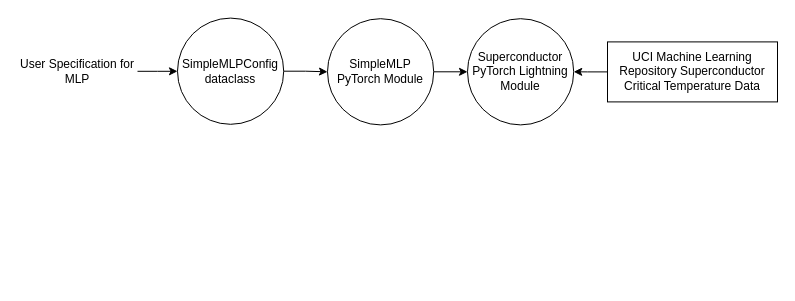
The draw.io diagram docs/model_architecture_diagram.drawio in gbenezer/Quant_Analysis, before the edit. Source tidied: cells renumbered, new cells numbered last; positions are measured from the earlier drawing's top-left corner, leaving out a move shared by most shapes. Both pictures are drawn from the tidied source at 100%, with x=0, y=0 at pixel (17, 17).
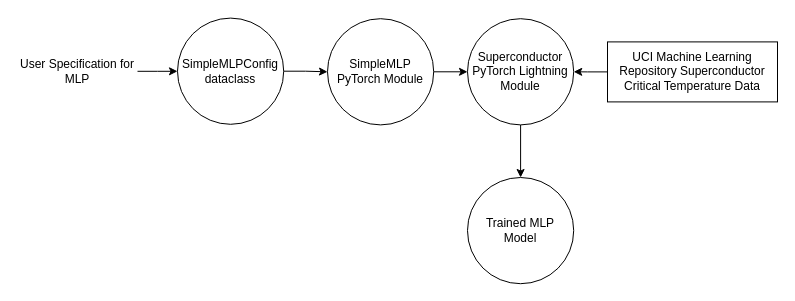
After the change.

Diff of the diagram source:
```diff
@@
 <mxGraphModel>
   <root>
     <mxCell id="0" />
     <mxCell id="1" parent="0" />
     <mxCell id="2" style="edgeStyle=orthogonalEdgeStyle;rounded=0;jettySize=auto;html=1;entryX=0;entryY=0.5;entryDx=0;entryDy=0;" parent="1" edge="1" source="3">
       <mxGeometry relative="1" as="geometry">
         <mxPoint x="160" y="53.8" as="targetPoint" />
       </mxGeometry>
     </mxCell>
     <mxCell id="3" value="&lt;div&gt;User Specification for MLP&lt;/div&gt;" style="text;html=1;whiteSpace=wrap;strokeColor=none;fillColor=none;align=center;verticalAlign=middle;rounded=0;" parent="1" vertex="1">
       <mxGeometry width="120" height="107.5" as="geometry" />
     </mxCell>
     <mxCell id="4" style="edgeStyle=orthogonalEdgeStyle;rounded=0;jettySize=auto;html=1;exitX=1;exitY=0.5;exitDx=0;exitDy=0;entryX=0;entryY=0.5;entryDx=0;entryDy=0;" parent="1" edge="1" source="5" target="7">
       <mxGeometry relative="1" as="geometry" />
     </mxCell>
     <mxCell id="5" value="SimpleMLPConfig dataclass" style="ellipse;whiteSpace=wrap;html=1;" parent="1" vertex="1">
       <mxGeometry x="160" y="0.6" width="106.2" height="106.2" as="geometry" />
     </mxCell>
     <mxCell id="6" style="edgeStyle=orthogonalEdgeStyle;rounded=0;jettySize=auto;html=1;exitX=1;exitY=0.5;exitDx=0;exitDy=0;entryX=0;entryY=0.5;entryDx=0;entryDy=0;" parent="1" edge="1" source="7" target="8">
       <mxGeometry relative="1" as="geometry" />
     </mxCell>
     <mxCell id="7" value="SimpleMLP PyTorch Module" style="ellipse;whiteSpace=wrap;html=1;" parent="1" vertex="1">
       <mxGeometry x="310" y="1.2" width="106.2" height="106.2" as="geometry" />
     </mxCell>
+    <mxCell id="11" style="edgeStyle=orthogonalEdgeStyle;rounded=0;jettySize=auto;html=1;" parent="1" edge="1" source="8" target="12">
+      <mxGeometry relative="1" as="geometry" />
+    </mxCell>
     <mxCell id="8" value="Superconductor PyTorch Lightning Module" style="ellipse;whiteSpace=wrap;html=1;" parent="1" vertex="1">
       <mxGeometry x="450" y="1.2" width="106.2" height="106.2" as="geometry" />
     </mxCell>
     <mxCell id="9" style="edgeStyle=orthogonalEdgeStyle;rounded=0;jettySize=auto;html=1;entryX=1;entryY=0.5;entryDx=0;entryDy=0;" parent="1" edge="1" source="10" target="8">
       <mxGeometry relative="1" as="geometry" />
     </mxCell>
     <mxCell id="10" value="UCI Machine Learning Repository Superconductor Critical Temperature Data" style="rounded=0;whiteSpace=wrap;html=1;" parent="1" vertex="1">
       <mxGeometry x="590" y="24.4" width="170" height="60" as="geometry" />
     </mxCell>
+    <mxCell id="12" value="Trained MLP Model" style="ellipse;whiteSpace=wrap;html=1;" parent="1" vertex="1">
+      <mxGeometry x="450" y="160" width="106.2" height="106.2" as="geometry" />
+    </mxCell>
   </root>
 </mxGraphModel>
```
